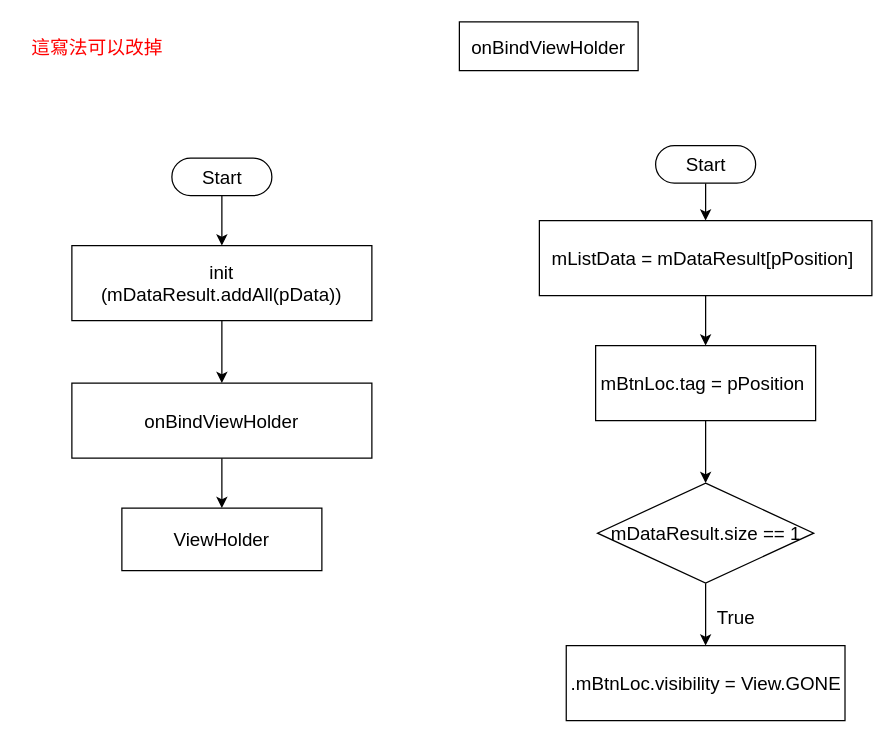
This is page "GeoAdapter" (26 of 28) of 一般流程.drawio from ccckyc/draw, a draw.io file, before an edit. Source tidied: cells renumbered, new cells numbered last; positions are measured from the earlier drawing's top-left corner, leaving out a move shared by most shapes. Both pictures are drawn from the tidied source at 125%, with x=0, y=0 at pixel (21, 21).
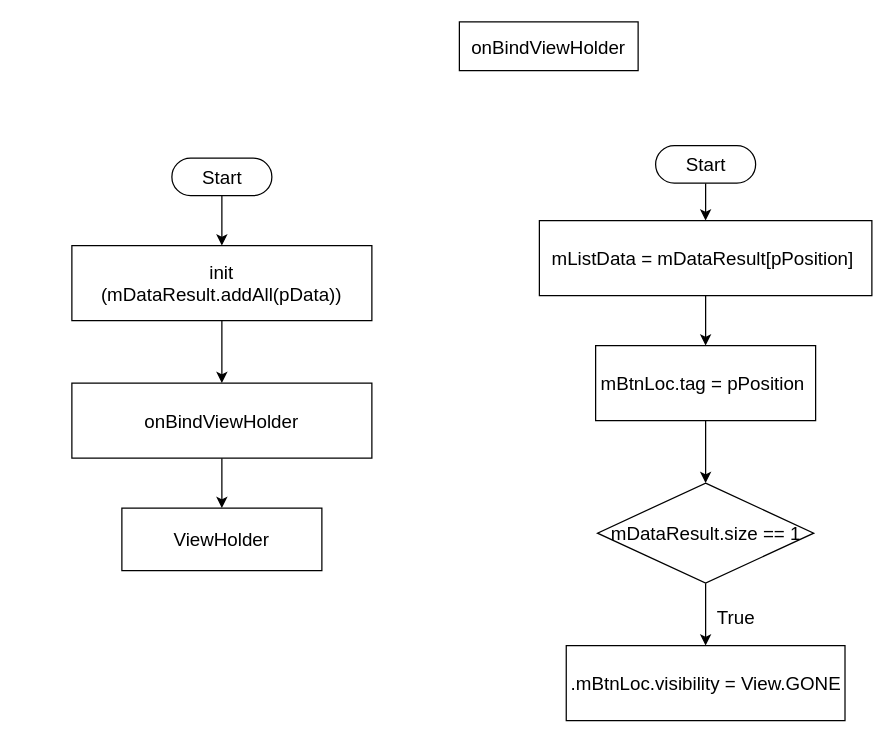
Above is the later version.

Change to the diagram source:
```diff
@@
-    <mxCell id="13" value="這寫法可以改掉" style="text;html=1;align=center;verticalAlign=middle;strokeColor=none;fillColor=none;fontSize=15;fontFamily=Helvetica;fontColor=#FF0000;" parent="1" vertex="1">
-      <mxGeometry y="9.5" width="120" height="20" as="geometry" />
-    </mxCell>
```
